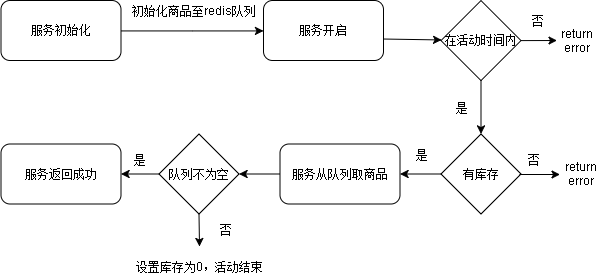
Above: flow.png in WindNotStop/seckill (draw.io), before the change. Source tidied: cells renumbered, new cells last; positions are measured from the earlier drawing's top-left corner, leaving out a move shared by most shapes.
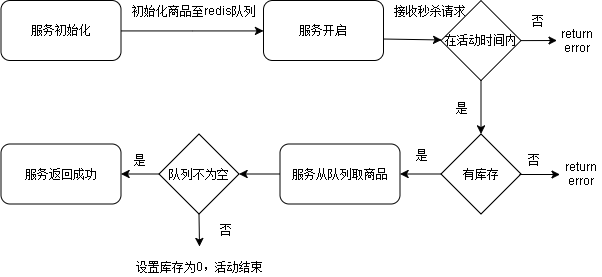
After the commit.

What changed in the source:
```diff
@@ -87,5 +87,8 @@
     <mxCell id="27" value="服务返回成功" style="rounded=1;whiteSpace=wrap;html=1;" parent="1" vertex="1">
       <mxGeometry x="0.5" y="143.5" width="120" height="60" as="geometry" />
     </mxCell>
+    <mxCell id="28" value="接收秒杀请求" style="text;html=1;strokeColor=none;fillColor=none;align=center;verticalAlign=middle;whiteSpace=wrap;rounded=0;" parent="1" vertex="1">
+      <mxGeometry x="356" width="146" height="20" as="geometry" />
+    </mxCell>
   </root>
 </mxGraphModel>
```
